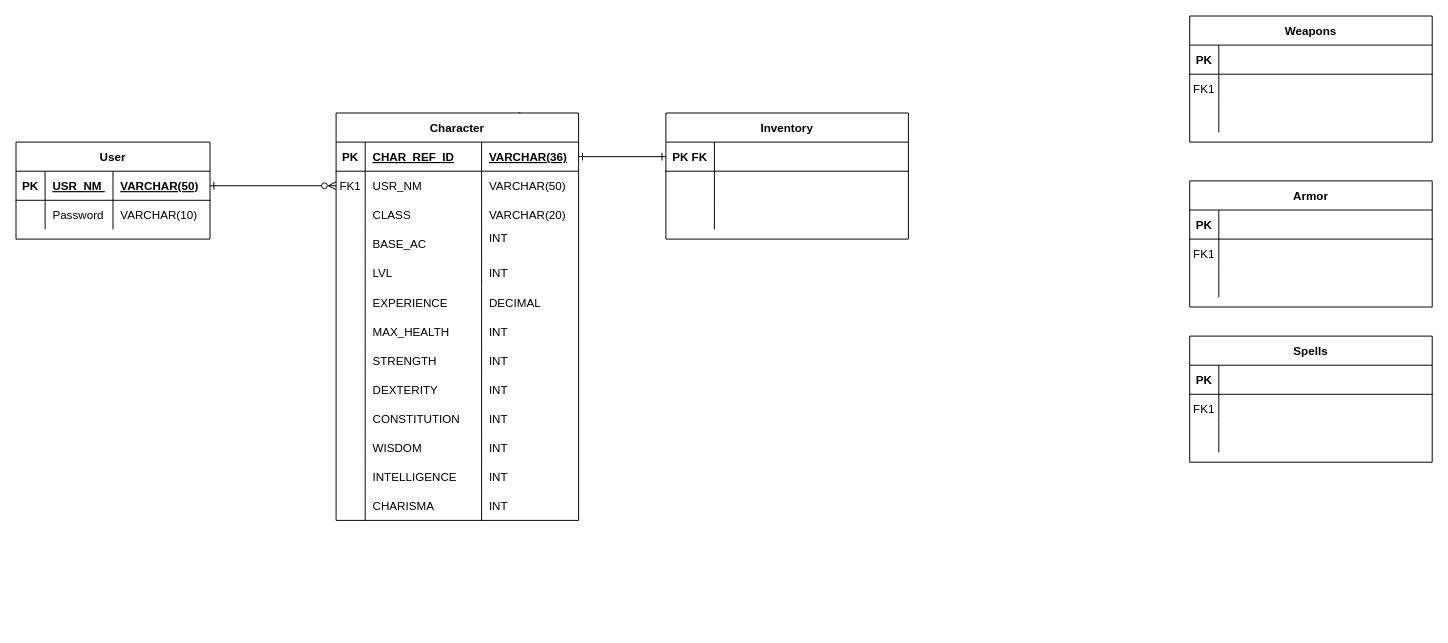
The draw.io diagram public/documents/ERD.drawio in Camburgaler/dark-souls-char-sheet, before the edit. Source tidied: cells renumbered, new cells numbered last; positions are measured from the earlier drawing's top-left corner, leaving out a move shared by most shapes. Both pictures are drawn from the tidied source at 97%, with x=0, y=0 at pixel (16, 16).
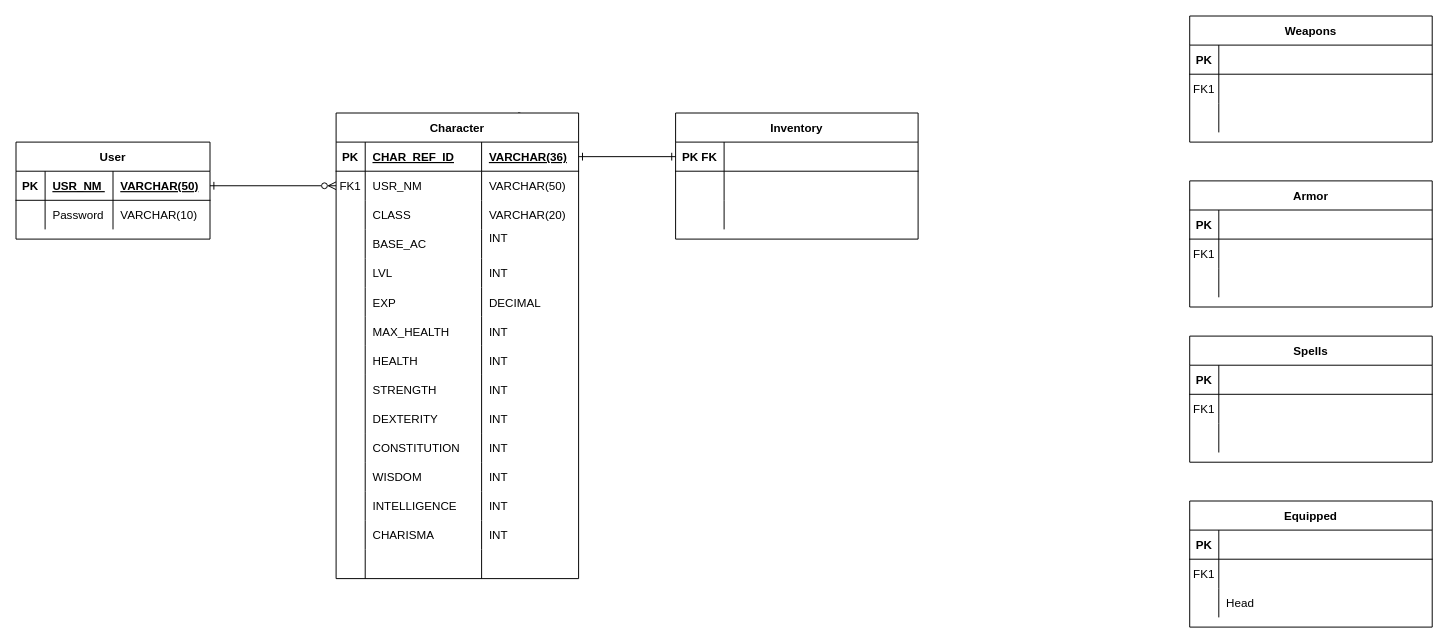
The same page after the edit.

Unchanged cells that the change refers to:
```xml
<mxCell id="24" style="shape=partialRectangle;fillColor=none;top=0;left=0;right=0;bottom=0;" parent="3" vertex="1">
  <mxGeometry y="180" width="250" height="30" as="geometry" />
</mxCell>
```

Change to the diagram source:
```diff
@@
     <mxCell id="3" value="Character" style="shape=table;startSize=30;childLayout=tableLayout;rowLines=0;fontStyle=1;align=center;" parent="1" vertex="1">
-      <mxGeometry x="330" y="100" width="250" height="420" as="geometry" />
+      <mxGeometry x="330" y="100" width="250" height="480" as="geometry" />
     </mxCell>
@@
-    <mxCell id="26" value="EXPERIENCE" style="shape=partialRectangle;overflow=hidden;fillColor=none;top=0;left=0;bottom=0;right=0;align=left;spacingLeft=6;" parent="24" vertex="1">
+    <mxCell id="26" value="EXP" style="shape=partialRectangle;overflow=hidden;fillColor=none;top=0;left=0;bottom=0;right=0;align=left;spacingLeft=6;" parent="24" vertex="1">
       <mxGeometry x="30" width="120" height="30" as="geometry" />
     </mxCell>
@@
+    <mxCell id="107" style="shape=partialRectangle;fillColor=none;top=0;left=0;right=0;bottom=0;" parent="3" vertex="1">
+      <mxGeometry y="240" width="250" height="30" as="geometry" />
+    </mxCell>
+    <mxCell id="108" style="shape=partialRectangle;overflow=hidden;fillColor=none;top=0;left=0;bottom=0;right=0;" parent="107" vertex="1">
+      <mxGeometry width="30" height="30" as="geometry" />
+    </mxCell>
+    <mxCell id="109" value="HEALTH  " style="shape=partialRectangle;overflow=hidden;fillColor=none;top=0;left=0;bottom=0;right=0;align=left;spacingLeft=6;" parent="107" vertex="1">
+      <mxGeometry x="30" width="120" height="30" as="geometry" />
+    </mxCell>
+    <mxCell id="110" value="INT" style="shape=partialRectangle;overflow=hidden;fillColor=none;top=0;left=0;bottom=0;right=0;align=left;spacingLeft=6;" parent="107" vertex="1">
+      <mxGeometry x="150" width="100" height="30" as="geometry" />
+    </mxCell>
     <mxCell id="32" style="shape=partialRectangle;fillColor=none;top=0;left=0;right=0;bottom=0;" parent="3" vertex="1">
-      <mxGeometry y="240" width="250" height="30" as="geometry" />
+      <mxGeometry y="270" width="250" height="30" as="geometry" />
     </mxCell>
@@
     <mxCell id="36" style="shape=partialRectangle;fillColor=none;top=0;left=0;right=0;bottom=0;" parent="3" vertex="1">
-      <mxGeometry y="270" width="250" height="30" as="geometry" />
+      <mxGeometry y="300" width="250" height="30" as="geometry" />
     </mxCell>
@@
     <mxCell id="40" style="shape=partialRectangle;fillColor=none;top=0;left=0;right=0;bottom=0;" parent="3" vertex="1">
-      <mxGeometry y="300" width="250" height="30" as="geometry" />
+      <mxGeometry y="330" width="250" height="30" as="geometry" />
     </mxCell>
@@
     <mxCell id="44" style="shape=partialRectangle;fillColor=none;top=0;left=0;right=0;bottom=0;" parent="3" vertex="1">
-      <mxGeometry y="330" width="250" height="30" as="geometry" />
+      <mxGeometry y="360" width="250" height="30" as="geometry" />
     </mxCell>
@@
     <mxCell id="48" style="shape=partialRectangle;fillColor=none;top=0;left=0;right=0;bottom=0;" parent="3" vertex="1">
-      <mxGeometry y="360" width="250" height="30" as="geometry" />
+      <mxGeometry y="390" width="250" height="30" as="geometry" />
     </mxCell>
@@
     <mxCell id="52" style="shape=partialRectangle;fillColor=none;top=0;left=0;right=0;bottom=0;" parent="3" vertex="1">
-      <mxGeometry y="390" width="250" height="30" as="geometry" />
+      <mxGeometry y="420" width="250" height="30" as="geometry" />
     </mxCell>
@@
+    <mxCell id="111" style="shape=partialRectangle;fillColor=none;top=0;left=0;right=0;bottom=0;" parent="3" vertex="1">
+      <mxGeometry y="450" width="250" height="30" as="geometry" />
+    </mxCell>
+    <mxCell id="112" style="shape=partialRectangle;overflow=hidden;fillColor=none;top=0;left=0;bottom=0;right=0;" parent="111" vertex="1">
+      <mxGeometry width="30" height="30" as="geometry" />
+    </mxCell>
+    <mxCell id="113" style="shape=partialRectangle;overflow=hidden;fillColor=none;top=0;left=0;bottom=0;right=0;align=left;spacingLeft=6;" parent="111" vertex="1">
+      <mxGeometry x="30" width="120" height="30" as="geometry" />
+    </mxCell>
+    <mxCell id="114" style="shape=partialRectangle;overflow=hidden;fillColor=none;top=0;left=0;bottom=0;right=0;align=left;spacingLeft=6;" parent="111" vertex="1">
+      <mxGeometry x="150" width="100" height="30" as="geometry" />
+    </mxCell>
@@
     <mxCell id="95" value="Inventory" style="shape=table;startSize=30;childLayout=tableLayout;rowLines=0;fontStyle=1;align=center;" parent="1" vertex="1">
-      <mxGeometry x="670" y="100" width="250" height="130" as="geometry" />
+      <mxGeometry x="680" y="100" width="250" height="130" as="geometry" />
     </mxCell>
@@
+    <mxCell id="115" value="Equipped" style="shape=table;startSize=30;childLayout=tableLayout;rowLines=0;fontStyle=1;align=center;" parent="1" vertex="1">
+      <mxGeometry x="1210" y="500" width="250" height="130" as="geometry" />
+    </mxCell>
+    <mxCell id="116" style="shape=partialRectangle;fillColor=none;top=0;left=0;right=0;bottom=1;" parent="115" vertex="1">
+      <mxGeometry y="30" width="250" height="30" as="geometry" />
+    </mxCell>
+    <mxCell id="117" value="PK" style="shape=partialRectangle;overflow=hidden;fillColor=none;top=0;left=0;bottom=0;right=0;fontStyle=1;" parent="116" vertex="1">
+      <mxGeometry width="30" height="30" as="geometry" />
+    </mxCell>
+    <mxCell id="118" style="shape=partialRectangle;overflow=hidden;fillColor=none;top=0;left=0;bottom=0;right=0;align=left;spacingLeft=6;fontStyle=5;" parent="116" vertex="1">
+      <mxGeometry x="30" width="220" height="30" as="geometry" />
+    </mxCell>
+    <mxCell id="119" style="shape=partialRectangle;fillColor=none;top=0;left=0;right=0;bottom=0;" parent="115" vertex="1">
+      <mxGeometry y="60" width="250" height="30" as="geometry" />
+    </mxCell>
+    <mxCell id="120" value="FK1" style="shape=partialRectangle;overflow=hidden;fillColor=none;top=0;left=0;bottom=0;right=0;" parent="119" vertex="1">
+      <mxGeometry width="30" height="30" as="geometry" />
+    </mxCell>
+    <mxCell id="121" style="shape=partialRectangle;overflow=hidden;fillColor=none;top=0;left=0;bottom=0;right=0;align=left;spacingLeft=6;" parent="119" vertex="1">
+      <mxGeometry x="30" width="220" height="30" as="geometry" />
+    </mxCell>
+    <mxCell id="122" style="shape=partialRectangle;fillColor=none;top=0;left=0;right=0;bottom=0;" parent="115" vertex="1">
+      <mxGeometry y="90" width="250" height="30" as="geometry" />
+    </mxCell>
+    <mxCell id="123" style="shape=partialRectangle;overflow=hidden;fillColor=none;top=0;left=0;bottom=0;right=0;" parent="122" vertex="1">
+      <mxGeometry width="30" height="30" as="geometry" />
+    </mxCell>
+    <mxCell id="124" value="Head" style="shape=partialRectangle;overflow=hidden;fillColor=none;top=0;left=0;bottom=0;right=0;align=left;spacingLeft=6;" parent="122" vertex="1">
+      <mxGeometry x="30" width="220" height="30" as="geometry" />
+    </mxCell>
```
